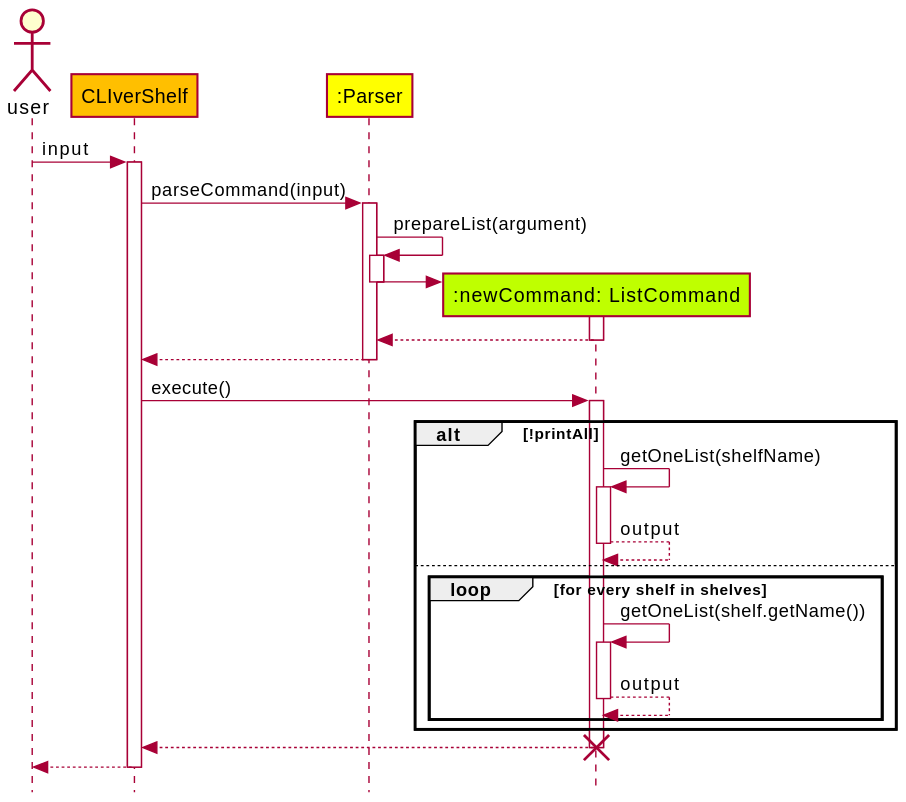
zh1huang/tp keeps this PlantUML diagram as docs/diagrams/ListCommandSequenceDiagram.svg. Above is the earlier version. The source it was exported from:
```plantuml
@startuml
!include Style.puml

actor user
participant CLIverShelf as app LOGIC_COLOR
participant ":Parser" as parser LOGIC_COLOR_T1
participant ":newCommand: ListCommand" as listCommand LOGIC_COLOR_T2

user -> app: input
activate app
app -> parser: parseCommand(input)
activate parser
parser -> parser : prepareList(argument)
activate parser
parser -> listCommand **
deactivate parser
activate listCommand
listCommand --> parser

deactivate listCommand
parser --> app
deactivate parser

app -> listCommand: execute()


activate listCommand
alt !printAll
    listCommand -> listCommand : getOneList(shelfName)
    activate listCommand
    listCommand --> listCommand : output
    deactivate listCommand
else
    loop for every shelf in shelves
        listCommand -> listCommand : getOneList(shelf.getName())
        activate listCommand
        listCommand --> listCommand : output
        deactivate listCommand

    end

end

listCommand --> app
deactivate listCommand
destroy listCommand
app --> user
deactivate app

hide footbox
@enduml
```
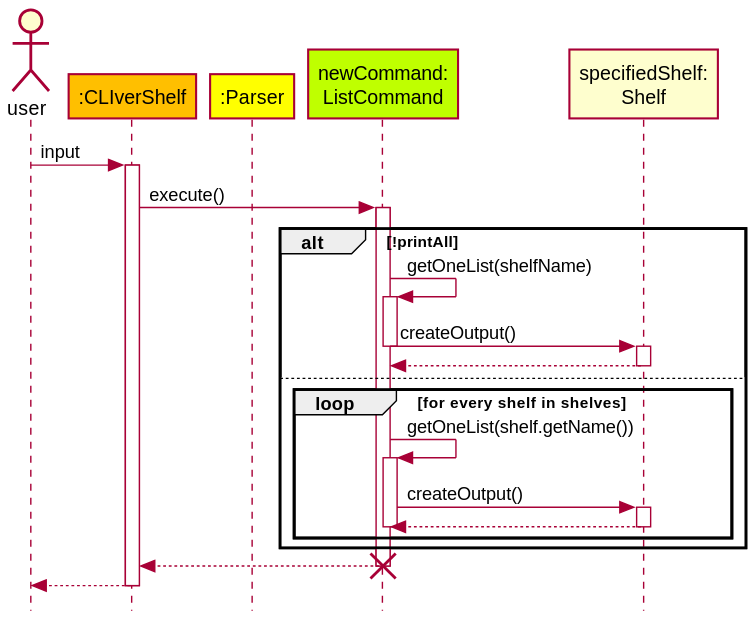
Above is the later version.

What changed in the source:
```diff
@@ -2,24 +2,13 @@
 !include Style.puml
 
 actor user
-participant CLIverShelf as app LOGIC_COLOR
+participant ":CLIverShelf" as app LOGIC_COLOR
 participant ":Parser" as parser LOGIC_COLOR_T1
-participant ":newCommand: ListCommand" as listCommand LOGIC_COLOR_T2
-
+participant "newCommand:\nListCommand" as listCommand LOGIC_COLOR_T2
+participant "specifiedShelf:\nShelf" as Shelf
 user -> app: input
 activate app
-app -> parser: parseCommand(input)
-activate parser
-parser -> parser : prepareList(argument)
-activate parser
-parser -> listCommand **
-deactivate parser
-activate listCommand
-listCommand --> parser
 
-deactivate listCommand
-parser --> app
-deactivate parser
 
 app -> listCommand: execute()
 
@@ -28,13 +17,22 @@
 alt !printAll
     listCommand -> listCommand : getOneList(shelfName)
     activate listCommand
-    listCommand --> listCommand : output
+    listCommand -> Shelf : createOutput()
+
     deactivate listCommand
+    activate Shelf
+    Shelf --> listCommand
+    deactivate Shelf
+
+
 else
     loop for every shelf in shelves
         listCommand -> listCommand : getOneList(shelf.getName())
         activate listCommand
-        listCommand --> listCommand : output
+        listCommand -> Shelf : createOutput()
+        activate Shelf
+        Shelf --> listCommand
+        deactivate Shelf
         deactivate listCommand
 
     end
```
